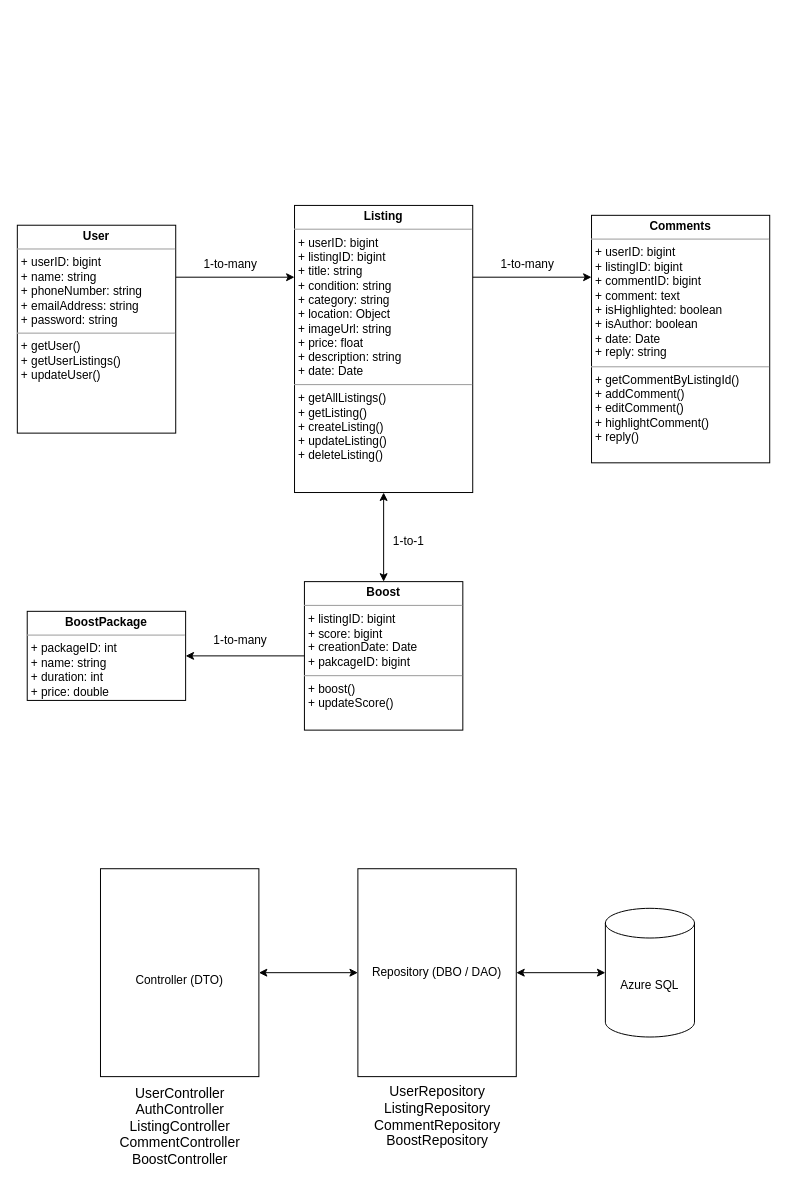
Above: docs/drawio/class-diagram.drawio in devin-efendy/fujiji (draw.io), before the change. Source tidied: cells renumbered, new cells numbered last; positions are measured from the earlier drawing's top-left corner, leaving out a move shared by most shapes. Both pictures are drawn from the tidied source at 99%, with x=0, y=0 at pixel (17, 205).
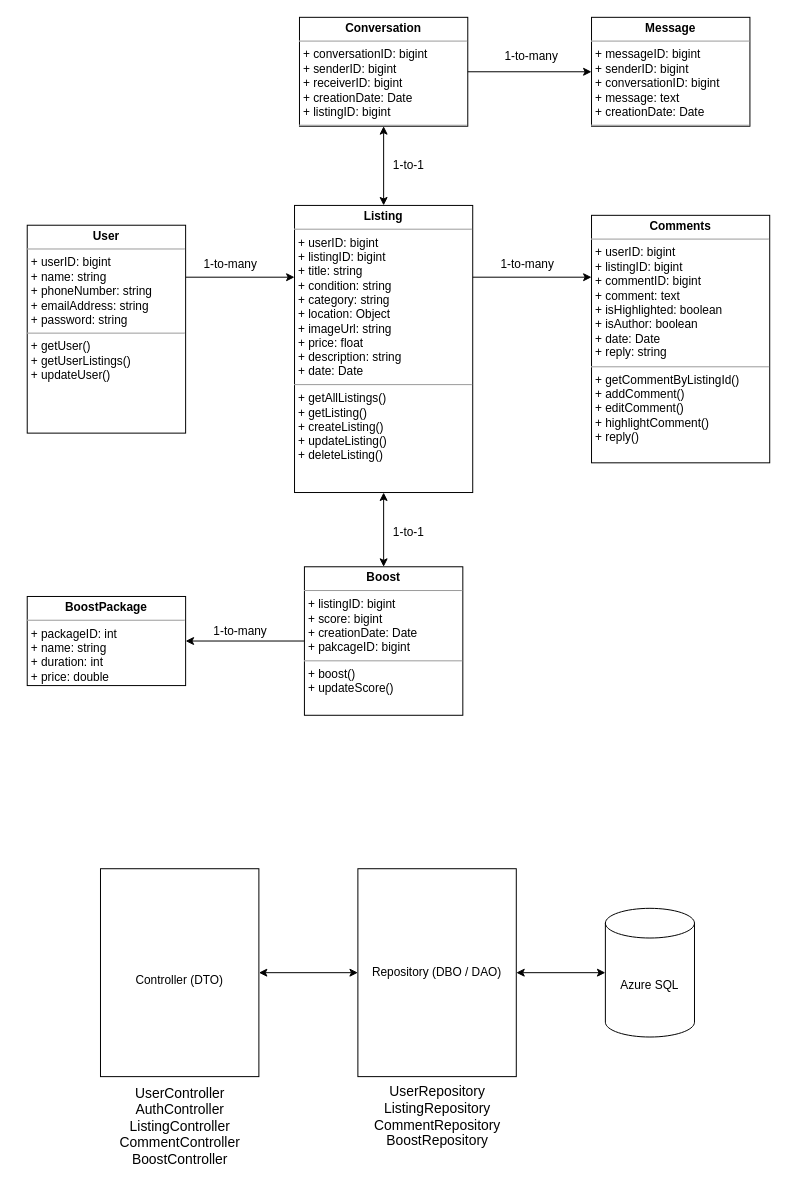
The same diagram, later.

The change refers to these unchanged cells:
```xml
<mxCell id="4" value="&lt;p style=&quot;margin: 0px ; margin-top: 4px ; text-align: center&quot;&gt;&lt;b&gt;Listing&lt;/b&gt;&lt;/p&gt;&lt;hr size=&quot;1&quot;&gt;&lt;p style=&quot;margin: 0px ; margin-left: 4px&quot;&gt;+ userID: bigint&lt;/p&gt;&lt;p style=&quot;margin: 0px ; margin-left: 4px&quot;&gt;+ listingID: bigint&lt;br&gt;&lt;/p&gt;&lt;p style=&quot;margin: 0px ; margin-left: 4px&quot;&gt;+ title: string&lt;br&gt;&lt;/p&gt;&lt;p style=&quot;margin: 0px ; margin-left: 4px&quot;&gt;+ condition: string&lt;/p&gt;&lt;p style=&quot;margin: 0px ; margin-left: 4px&quot;&gt;+ category: string&lt;/p&gt;&lt;p style=&quot;margin: 0px ; margin-left: 4px&quot;&gt;+ location: Object&lt;/p&gt;&lt;p style=&quot;margin: 0px ; margin-left: 4px&quot;&gt;+ imageUrl: string&lt;/p&gt;&lt;p style=&quot;margin: 0px ; margin-left: 4px&quot;&gt;+ price: float&lt;/p&gt;&lt;p style=&quot;margin: 0px ; margin-left: 4px&quot;&gt;+ description: string&lt;/p&gt;&lt;p style=&quot;margin: 0px ; margin-left: 4px&quot;&gt;+ date: Date&lt;/p&gt;&lt;hr size=&quot;1&quot;&gt;&lt;p style=&quot;margin: 0px ; margin-left: 4px&quot;&gt;+ getAllListings()&lt;br&gt;&lt;/p&gt;&lt;p style=&quot;margin: 0px ; margin-left: 4px&quot;&gt;+ getListing()&lt;/p&gt;&lt;p style=&quot;margin: 0px ; margin-left: 4px&quot;&gt;+ createListing()&lt;/p&gt;&lt;p style=&quot;margin: 0px ; margin-left: 4px&quot;&gt;+ updateListing()&lt;/p&gt;&lt;p style=&quot;margin: 0px ; margin-left: 4px&quot;&gt;+ deleteListing()&lt;/p&gt;" style="verticalAlign=top;align=left;overflow=fill;fontSize=12;fontFamily=Helvetica;html=1;" parent="1" vertex="1">
  <mxGeometry x="280" width="180" height="290" as="geometry" />
</mxCell>
```

What changed in the source:
```diff
@@
     <mxCell id="3" value="&lt;p style=&quot;margin: 0px ; margin-top: 4px ; text-align: center&quot;&gt;&lt;b&gt;User&lt;/b&gt;&lt;/p&gt;&lt;hr size=&quot;1&quot;&gt;&lt;p style=&quot;margin: 0px ; margin-left: 4px&quot;&gt;+ userID: bigint&lt;/p&gt;&lt;p style=&quot;margin: 0px ; margin-left: 4px&quot;&gt;+ name: string&lt;/p&gt;&lt;p style=&quot;margin: 0px ; margin-left: 4px&quot;&gt;+ phoneNumber: string&lt;/p&gt;&lt;p style=&quot;margin: 0px ; margin-left: 4px&quot;&gt;+ emailAddress: string&lt;/p&gt;&lt;p style=&quot;margin: 0px ; margin-left: 4px&quot;&gt;+ password: string&lt;/p&gt;&lt;hr size=&quot;1&quot;&gt;&lt;p style=&quot;margin: 0px ; margin-left: 4px&quot;&gt;+ getUser()&lt;/p&gt;&lt;p style=&quot;margin: 0px ; margin-left: 4px&quot;&gt;+ getUserListings()&lt;/p&gt;&lt;p style=&quot;margin: 0px ; margin-left: 4px&quot;&gt;+ updateUser()&lt;/p&gt;" style="verticalAlign=top;align=left;overflow=fill;fontSize=12;fontFamily=Helvetica;html=1;" parent="1" vertex="1">
-      <mxGeometry y="20" width="160" height="210" as="geometry" />
+      <mxGeometry x="10" y="20" width="160" height="210" as="geometry" />
     </mxCell>
@@
     <mxCell id="14" value="&lt;p style=&quot;margin: 0px ; margin-top: 4px ; text-align: center&quot;&gt;&lt;b&gt;Boost&lt;/b&gt;&lt;/p&gt;&lt;hr size=&quot;1&quot;&gt;&lt;p style=&quot;margin: 0px ; margin-left: 4px&quot;&gt;+ listingID: bigint&lt;/p&gt;&lt;p style=&quot;margin: 0px ; margin-left: 4px&quot;&gt;+ score: bigint&lt;br&gt;&lt;/p&gt;&lt;p style=&quot;margin: 0px ; margin-left: 4px&quot;&gt;+ creationDate: Date&lt;/p&gt;&lt;p style=&quot;margin: 0px ; margin-left: 4px&quot;&gt;+ pakcageID: bigint&lt;br&gt;&lt;/p&gt;&lt;hr size=&quot;1&quot;&gt;&lt;p style=&quot;margin: 0px ; margin-left: 4px&quot;&gt;+ boost()&lt;/p&gt;&lt;p style=&quot;margin: 0px ; margin-left: 4px&quot;&gt;+ updateScore()&lt;/p&gt;" style="verticalAlign=top;align=left;overflow=fill;fontSize=12;fontFamily=Helvetica;html=1;" parent="1" vertex="1">
-      <mxGeometry x="290" y="380" width="160" height="150" as="geometry" />
+      <mxGeometry x="290" y="365" width="160" height="150" as="geometry" />
     </mxCell>
@@
-    <mxCell id="18" value="1-to-1" style="text;html=1;align=center;verticalAlign=middle;strokeColor=none;fillColor=none;" parent="1" vertex="1">
-      <mxGeometry x="370" y="330" width="50" height="20" as="geometry" />
-    </mxCell>
     <mxCell id="19" value="&lt;p style=&quot;margin: 0px ; margin-top: 4px ; text-align: center&quot;&gt;&lt;b&gt;BoostPackage&lt;/b&gt;&lt;/p&gt;&lt;hr size=&quot;1&quot;&gt;&lt;p style=&quot;margin: 0px ; margin-left: 4px&quot;&gt;+ packageID: int&lt;/p&gt;&lt;p style=&quot;margin: 0px ; margin-left: 4px&quot;&gt;+ name: string&lt;/p&gt;&lt;p style=&quot;margin: 0px ; margin-left: 4px&quot;&gt;+ duration: int&lt;/p&gt;&lt;p style=&quot;margin: 0px ; margin-left: 4px&quot;&gt;+ price: double&lt;/p&gt;&lt;hr size=&quot;1&quot;&gt;&lt;p style=&quot;margin: 0px ; margin-left: 4px&quot;&gt;&lt;br&gt;&lt;/p&gt;" style="verticalAlign=top;align=left;overflow=fill;fontSize=12;fontFamily=Helvetica;html=1;" parent="1" vertex="1">
-      <mxGeometry x="10" y="410" width="160" height="90" as="geometry" />
+      <mxGeometry x="10" y="395" width="160" height="90" as="geometry" />
     </mxCell>
@@
     <mxCell id="21" value="1-to-many" style="text;html=1;align=center;verticalAlign=middle;strokeColor=none;fillColor=none;" parent="1" vertex="1">
-      <mxGeometry x="190" y="430" width="70" height="20" as="geometry" />
+      <mxGeometry x="190" y="420" width="70" height="20" as="geometry" />
     </mxCell>
+    <mxCell id="22" value="&lt;p style=&quot;margin: 0px ; margin-top: 4px ; text-align: center&quot;&gt;&lt;b&gt;Conversation&lt;/b&gt;&lt;/p&gt;&lt;hr size=&quot;1&quot;&gt;&lt;p style=&quot;margin: 0px ; margin-left: 4px&quot;&gt;+ conversationID: bigint&lt;br&gt;&lt;/p&gt;&lt;p style=&quot;margin: 0px ; margin-left: 4px&quot;&gt;+ senderID: bigint&lt;/p&gt;&lt;p style=&quot;margin: 0px ; margin-left: 4px&quot;&gt;+ receiverID: bigint&lt;br&gt;&lt;/p&gt;&lt;p style=&quot;margin: 0px ; margin-left: 4px&quot;&gt;+ creationDate: Date&lt;/p&gt;&lt;p style=&quot;margin: 0px ; margin-left: 4px&quot;&gt;+ listingID: bigint&lt;br&gt;&lt;/p&gt;&lt;hr size=&quot;1&quot;&gt;&lt;p style=&quot;margin: 0px ; margin-left: 4px&quot;&gt;&lt;br&gt;&lt;/p&gt;" style="verticalAlign=top;align=left;overflow=fill;fontSize=12;fontFamily=Helvetica;html=1;" parent="1" vertex="1">
+      <mxGeometry x="285" y="-190" width="170" height="110" as="geometry" />
+    </mxCell>
+    <mxCell id="23" value="&lt;p style=&quot;margin: 0px ; margin-top: 4px ; text-align: center&quot;&gt;&lt;b&gt;Message&lt;/b&gt;&lt;/p&gt;&lt;hr size=&quot;1&quot;&gt;&lt;p style=&quot;margin: 0px 0px 0px 4px&quot;&gt;+ messageID: bigint&lt;/p&gt;&lt;p style=&quot;margin: 0px 0px 0px 4px&quot;&gt;+ senderID: bigint&lt;/p&gt;&lt;p style=&quot;margin: 0px 0px 0px 4px&quot;&gt;+ conversationID: bigint&lt;/p&gt;&lt;p style=&quot;margin: 0px 0px 0px 4px&quot;&gt;+ message: text&lt;br&gt;&lt;/p&gt;&lt;p style=&quot;margin: 0px 0px 0px 4px&quot;&gt;+ creationDate: Date&lt;/p&gt;&lt;hr size=&quot;1&quot;&gt;&lt;p style=&quot;margin: 0px ; margin-left: 4px&quot;&gt;&lt;br&gt;&lt;/p&gt;" style="verticalAlign=top;align=left;overflow=fill;fontSize=12;fontFamily=Helvetica;html=1;" parent="1" vertex="1">
+      <mxGeometry x="580" y="-190" width="160" height="110" as="geometry" />
+    </mxCell>
+    <mxCell id="24" style="endArrow=classic;startArrow=classic;html=1;rounded=0;exitX=0.5;exitY=0;exitDx=0;exitDy=0;entryX=0.5;entryY=1;entryDx=0;entryDy=0;" parent="1" edge="1" source="4" target="22">
+      <mxGeometry relative="1" as="geometry" />
+    </mxCell>
+    <mxCell id="25" style="edgeStyle=orthogonalEdgeStyle;rounded=0;jettySize=auto;html=1;exitX=1;exitY=0.5;exitDx=0;exitDy=0;entryX=0;entryY=0.5;entryDx=0;entryDy=0;" parent="1" edge="1" source="22" target="23">
+      <mxGeometry relative="1" as="geometry" />
+    </mxCell>
+    <mxCell id="26" value="1-to-1" style="text;html=1;align=center;verticalAlign=middle;strokeColor=none;fillColor=none;" parent="1" vertex="1">
+      <mxGeometry x="370" y="-50" width="50" height="20" as="geometry" />
+    </mxCell>
+    <mxCell id="27" value="1-to-1" style="text;html=1;align=center;verticalAlign=middle;strokeColor=none;fillColor=none;" parent="1" vertex="1">
+      <mxGeometry x="370" y="320" width="50" height="20" as="geometry" />
+    </mxCell>
+    <mxCell id="28" value="1-to-many" style="text;html=1;align=center;verticalAlign=middle;strokeColor=none;fillColor=none;" parent="1" vertex="1">
+      <mxGeometry x="484" y="-160" width="70" height="20" as="geometry" />
+    </mxCell>
```
